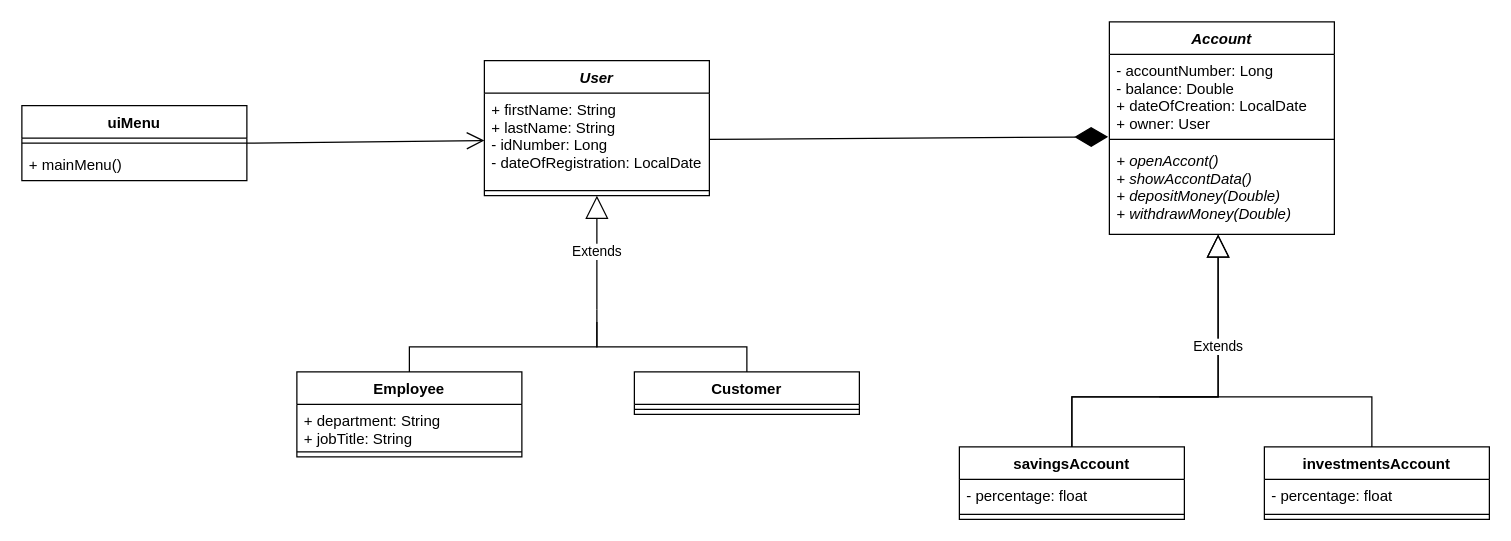
Before: Class Diagram.drawio in Santiagolp23/Bank_Operations, a draw.io diagram. Source tidied: cells renumbered, new cells numbered last; positions are measured from the earlier drawing's top-left corner, leaving out a move shared by most shapes. Both pictures are drawn from the tidied source at 125%, with x=0, y=0 at pixel (21, 21).
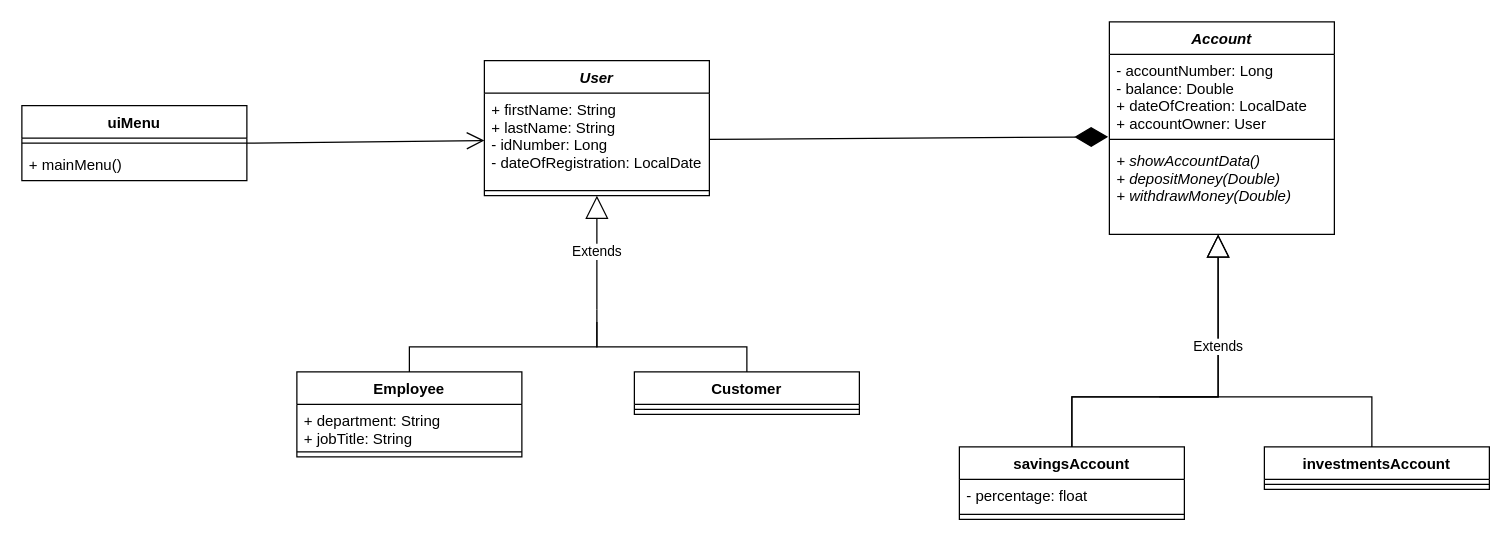
The same diagram, later.

Commit message (it also covers changes not shown here):
accounts package completed, fixed diagram errors

Unchanged cells that the change refers to:
```xml
<mxCell id="5" value="Account" style="swimlane;fontStyle=3;align=center;verticalAlign=top;horizontal=1;startSize=26;" parent="1" vertex="1">
  <mxGeometry x="870" width="180" height="170" as="geometry" />
</mxCell>
```

The edit, as a diff of the source:
```diff
@@
-    <mxCell id="6" value="- accountNumber: Long&#10;- balance: Double&#10;+ dateOfCreation: LocalDate&#10;+ owner: User" style="text;strokeColor=none;fillColor=none;align=left;verticalAlign=top;spacingLeft=4;spacingRight=4;overflow=hidden;points=[[0,0.5],[1,0.5]];portConstraint=eastwest;" parent="5" vertex="1">
+    <mxCell id="6" value="- accountNumber: Long&#10;- balance: Double&#10;+ dateOfCreation: LocalDate&#10;+ accountOwner: User" style="text;strokeColor=none;fillColor=none;align=left;verticalAlign=top;spacingLeft=4;spacingRight=4;overflow=hidden;points=[[0,0.5],[1,0.5]];portConstraint=eastwest;" parent="5" vertex="1">
       <mxGeometry y="26" width="180" height="64" as="geometry" />
     </mxCell>
@@
-    <mxCell id="8" value="+ openAccont()&#10;+ showAccontData()&#10;+ depositMoney(Double)&#10;+ withdrawMoney(Double)" style="text;strokeColor=none;fillColor=none;align=left;verticalAlign=top;spacingLeft=4;spacingRight=4;overflow=hidden;points=[[0,0.5],[1,0.5]];portConstraint=eastwest;fontStyle=2;" parent="5" vertex="1">
+    <mxCell id="8" value="+ showAccountData()&#10;+ depositMoney(Double)&#10;+ withdrawMoney(Double)" style="text;strokeColor=none;fillColor=none;align=left;verticalAlign=top;spacingLeft=4;spacingRight=4;overflow=hidden;points=[[0,0.5],[1,0.5]];portConstraint=eastwest;fontStyle=2;" parent="5" vertex="1">
       <mxGeometry y="98" width="180" height="72" as="geometry" />
     </mxCell>
@@
     <mxCell id="16" value="investmentsAccount" style="swimlane;fontStyle=1;align=center;verticalAlign=top;horizontal=1;startSize=26;" parent="1" vertex="1">
-      <mxGeometry x="994" y="340" width="180" height="58" as="geometry" />
+      <mxGeometry x="994" y="340" width="180" height="34" as="geometry" />
     </mxCell>
-    <mxCell id="17" value="- percentage: float" style="text;strokeColor=none;fillColor=none;align=left;verticalAlign=top;spacingLeft=4;spacingRight=4;overflow=hidden;" parent="16" vertex="1">
-      <mxGeometry y="26" width="180" height="24" as="geometry" />
-    </mxCell>
     <mxCell id="18" style="line;strokeWidth=1;fillColor=none;align=left;verticalAlign=middle;spacingTop=-1;spacingLeft=3;spacingRight=3;labelPosition=right;" parent="16" vertex="1">
-      <mxGeometry y="50" width="180" height="8" as="geometry" />
+      <mxGeometry y="26" width="180" height="8" as="geometry" />
     </mxCell>
```
